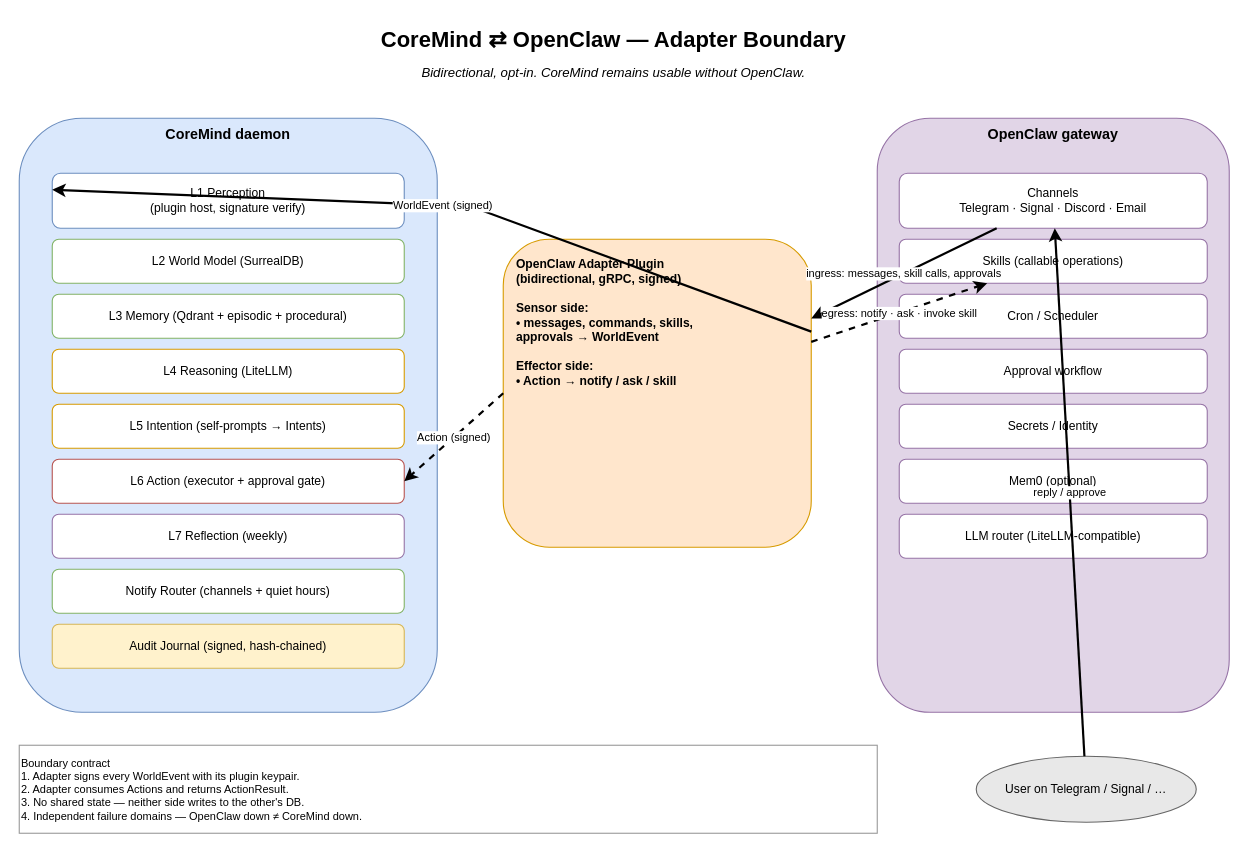
Wylhelm/coremind keeps this draw.io diagram as docs/diagrams/05-openclaw-integration.drawio. Above is the earlier version. Source tidied: cells renumbered, new cells numbered last; positions are measured from the earlier drawing's top-left corner, leaving out a move shared by most shapes. Both pictures are drawn from the tidied source at 110%, with x=0, y=0 at pixel (19, 19).
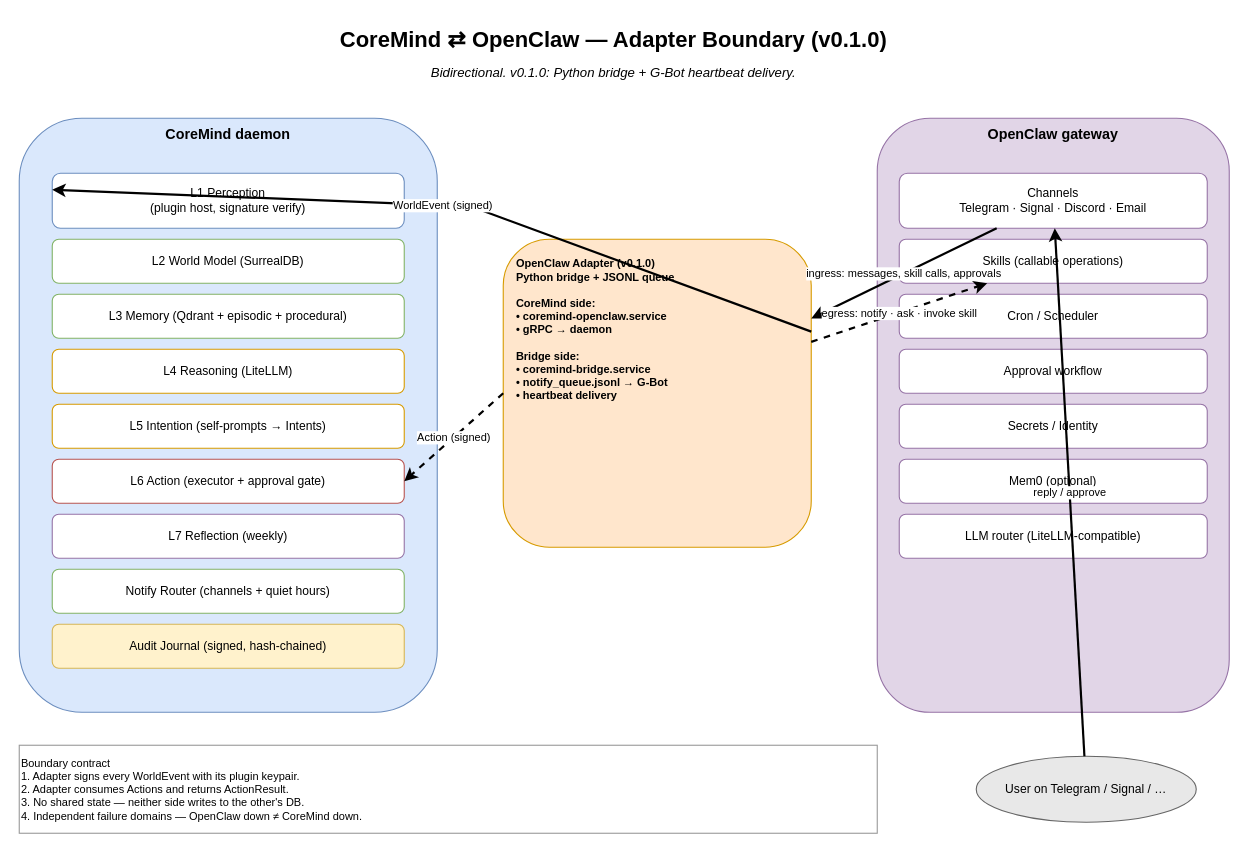
The same page after the edit.

Commit message (it also covers changes not shown here):
feat: activate OpenClaw adapter + fix Telegram callbacks

Change to the diagram source:
```diff
@@
-    <mxCell id="2" value="CoreMind ⇄ OpenClaw — Adapter Boundary" style="text;html=1;align=center;fontSize=20;fontStyle=1;" parent="1" vertex="1">
+    <mxCell id="2" value="CoreMind ⇄ OpenClaw — Adapter Boundary (v0.1.0)" style="text;html=1;align=center;fontSize=20;fontStyle=1;" parent="1" vertex="1">
       <mxGeometry x="220" width="640" height="40" as="geometry" />
     </mxCell>
-    <mxCell id="3" value="Bidirectional, opt-in. CoreMind remains usable without OpenClaw." style="text;html=1;align=center;fontSize=12;fontStyle=2;" parent="1" vertex="1">
+    <mxCell id="3" value="Bidirectional. v0.1.0: Python bridge + G-Bot heartbeat delivery." style="text;html=1;align=center;fontSize=12;fontStyle=2;" parent="1" vertex="1">
       <mxGeometry x="220" y="35" width="640" height="20" as="geometry" />
     </mxCell>
@@
-    <mxCell id="14" value="OpenClaw Adapter Plugin&#10;(bidirectional, gRPC, signed)&#10;&#10;Sensor side:&#10; • messages, commands, skills,&#10;   approvals → WorldEvent&#10;&#10;Effector side:&#10; • Action → notify / ask / skill" style="rounded=1;whiteSpace=wrap;html=1;fillColor=#FFE6CC;strokeColor=#D79B00;fontSize=11;fontStyle=1;align=left;verticalAlign=top;spacingLeft=10;spacingTop=10;" parent="1" vertex="1">
+    <mxCell id="14" value="OpenClaw Adapter (v0.1.0)&#10;Python bridge + JSONL queue&#10;&#10;CoreMind side:&#10; • coremind-openclaw.service&#10; • gRPC → daemon&#10;&#10;Bridge side:&#10; • coremind-bridge.service&#10; • notify_queue.jsonl → G-Bot&#10; • heartbeat delivery" style="rounded=1;whiteSpace=wrap;html=1;fillColor=#FFE6CC;strokeColor=#D79B00;fontSize=10;fontStyle=1;align=left;verticalAlign=top;spacingLeft=10;spacingTop=10;" parent="1" vertex="1">
       <mxGeometry x="440" y="200" width="280" height="280" as="geometry" />
     </mxCell>
```
